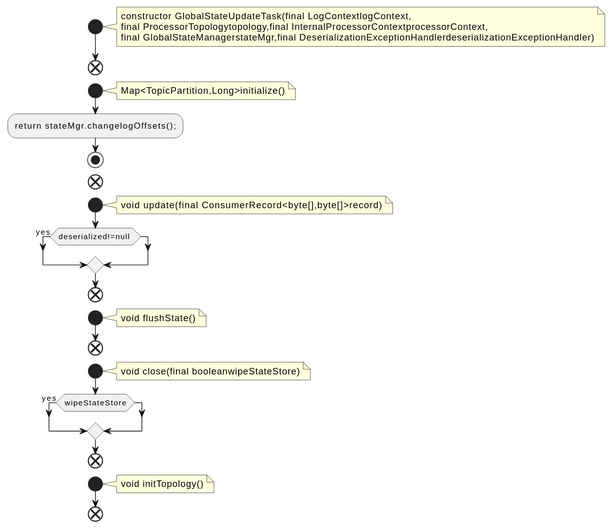
Above: docs/qc/streams/src/main/java/org/apache/kafka/streams/processor/internals/GlobalStateUpdateTask.java.fct.svg in qualitesys/kafka (PlantUML), before the change. Its diagram source:
```plantuml
@startuml
!pragma layout smetana
start
note right
constructor GlobalStateUpdateTask(final LogContextlogContext,
final ProcessorTopologytopology,final InternalProcessorContextprocessorContext,
final GlobalStateManagerstateMgr,final DeserializationExceptionHandlerdeserializationExceptionHandler)
end note
end
start
note right
Map<TopicPartition,Long>initialize()
end note
:return stateMgr.changelogOffsets();;
stop
end
start
note right
void update(final ConsumerRecord<byte[],byte[]>record)
end note
if (deserialized!=null ) then (yes)
endif
end
start
note right
void flushState()
end note
end
start
note right
void close(final booleanwipeStateStore)
end note
if (wipeStateStore) then (yes)
endif
end
start
note right
void initTopology()
end note
end
@enduml
```
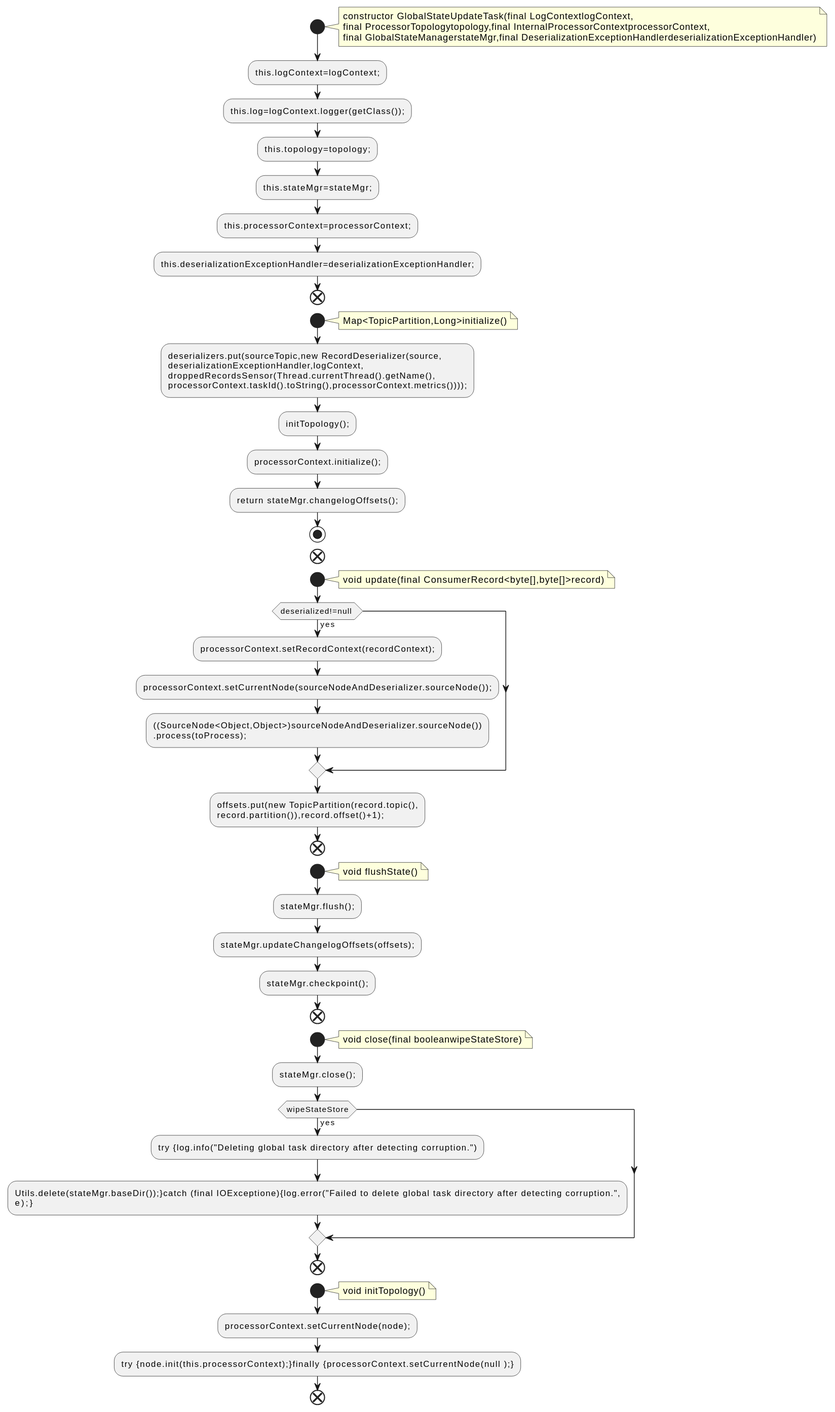
The same file after the commit.

The edit, as a diff of the source:
```diff
@@ -6,11 +6,23 @@
 final ProcessorTopologytopology,final InternalProcessorContextprocessorContext,
 final GlobalStateManagerstateMgr,final DeserializationExceptionHandlerdeserializationExceptionHandler)
 end note
+:this.logContext=logContext;;
+:this.log=logContext.logger(getClass());;
+:this.topology=topology;;
+:this.stateMgr=stateMgr;;
+:this.processorContext=processorContext;;
+:this.deserializationExceptionHandler=deserializationExceptionHandler;;
 end
 start
 note right
 Map<TopicPartition,Long>initialize()
 end note
+:deserializers.put(sourceTopic,new RecordDeserializer(source,
+deserializationExceptionHandler,logContext,
+droppedRecordsSensor(Thread.currentThread().getName(),
+processorContext.taskId().toString(),processorContext.metrics())));;
+:initTopology();;
+:processorContext.initialize();;
 :return stateMgr.changelogOffsets();;
 stop
 end
@@ -19,23 +31,38 @@
 void update(final ConsumerRecord<byte[],byte[]>record)
 end note
 if (deserialized!=null ) then (yes)
+:processorContext.setRecordContext(recordContext);;
+:processorContext.setCurrentNode(sourceNodeAndDeserializer.sourceNode());;
+:((SourceNode<Object,Object>)sourceNodeAndDeserializer.sourceNode())
+.process(toProcess);;
 endif
+:offsets.put(new TopicPartition(record.topic(),
+record.partition()),record.offset()+1);;
 end
 start
 note right
 void flushState()
 end note
+:stateMgr.flush();;
+:stateMgr.updateChangelogOffsets(offsets);;
+:stateMgr.checkpoint();;
 end
 start
 note right
 void close(final booleanwipeStateStore)
 end note
+:stateMgr.close();;
 if (wipeStateStore) then (yes)
+:try {log.info("Deleting global task directory after detecting corruption.");
+:Utils.delete(stateMgr.baseDir());}catch (final IOExceptione){log.error("Failed to delete global task directory after detecting corruption.",
+e);};
 endif
 end
 start
 note right
 void initTopology()
 end note
+:processorContext.setCurrentNode(node);;
+:try {node.init(this.processorContext);}finally {processorContext.setCurrentNode(null );};
 end
 @enduml
```
